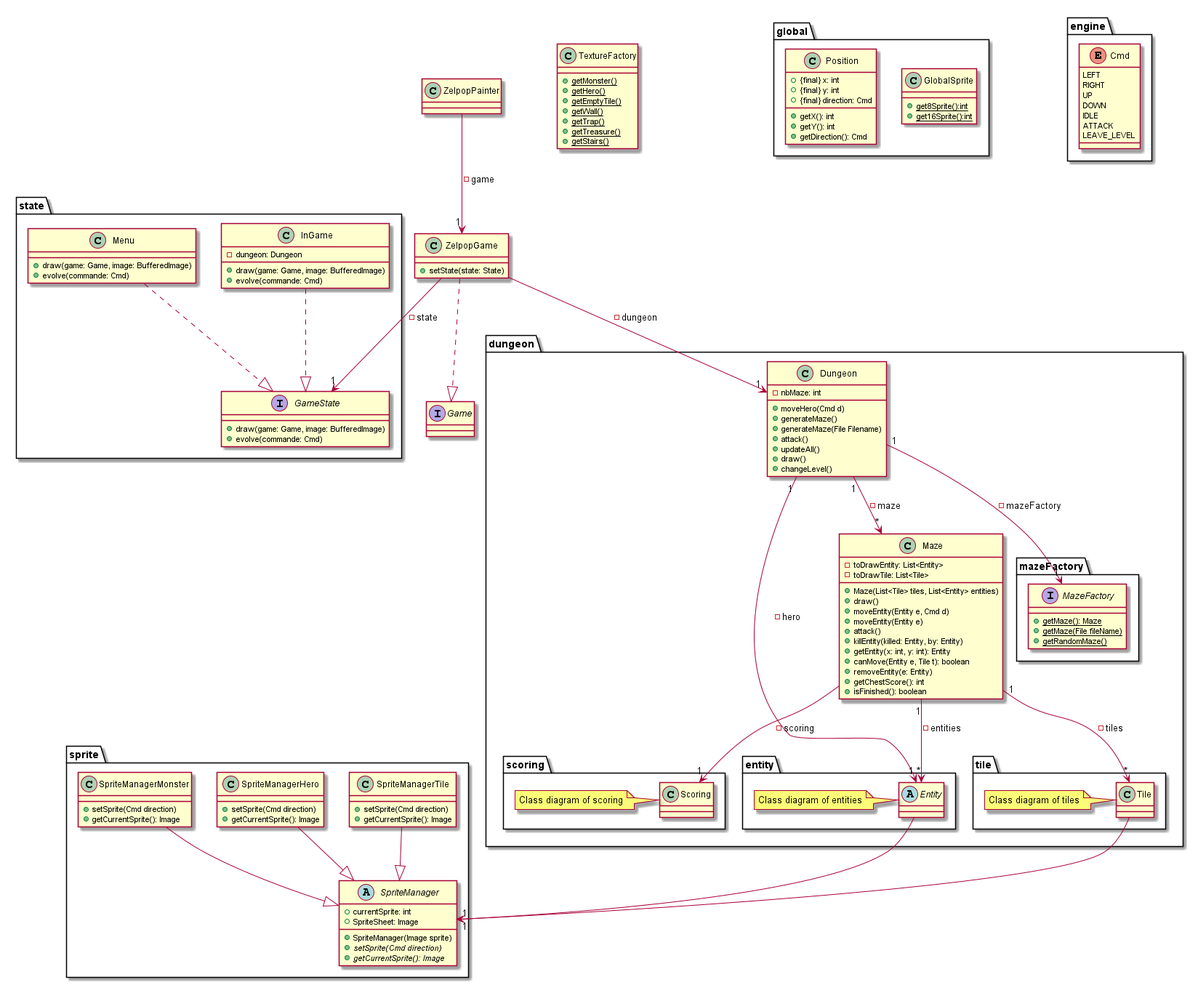
Reynault/ACL_2019_Zelpop keeps this PlantUML diagram as doc/second_sprint/diagrams/class/global.png. Above is the earlier version.
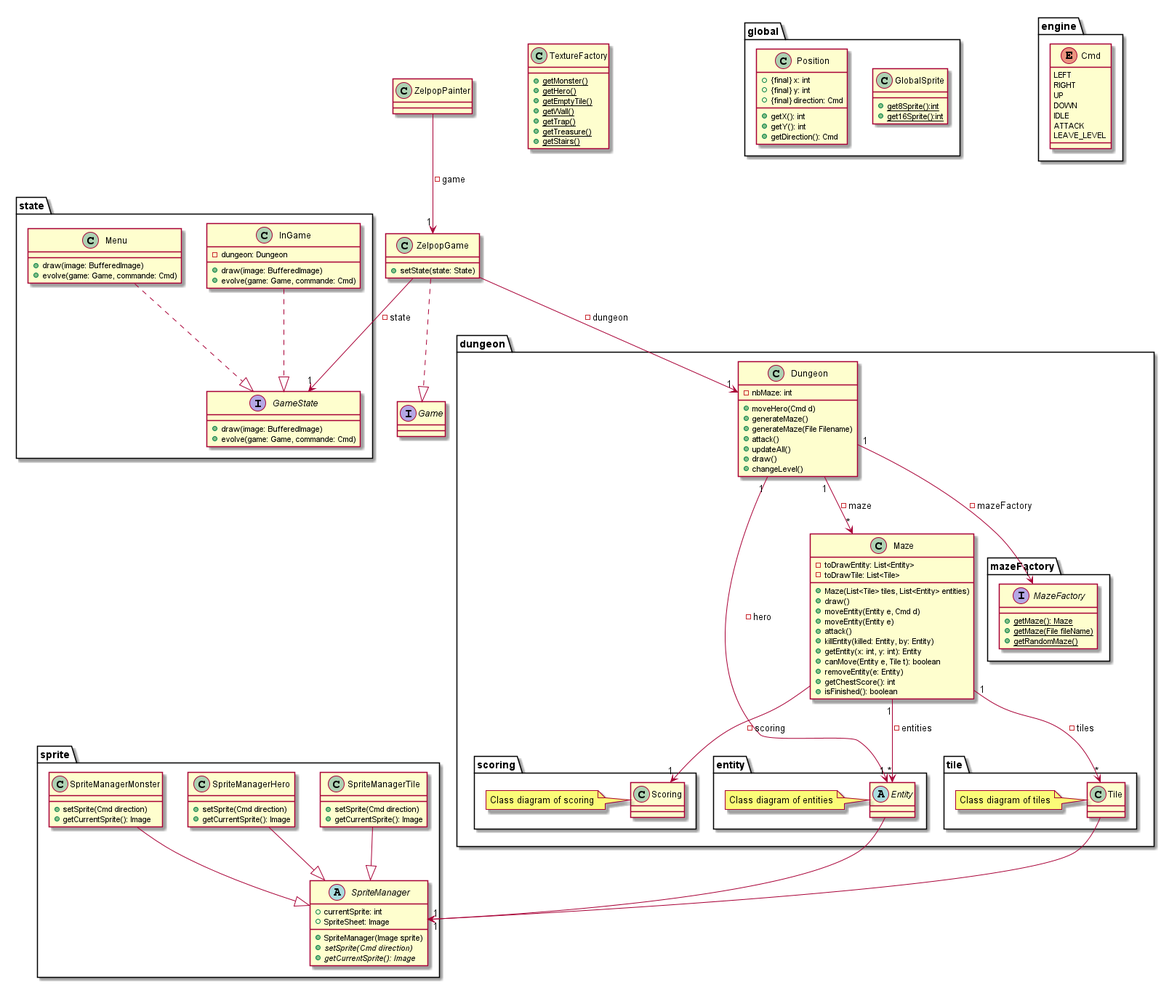
Later version of the same file.

Commit message:
second sprint: update diagrams

Change to the diagram source:
```diff
@@ -6,20 +6,20 @@
 
 package state{
     interface GameState{
-        + draw(game: Game, image: BufferedImage)
-        + evolve(commande: Cmd)
+        + draw(image: BufferedImage)
+        + evolve(game: Game, commande: Cmd)
     }
 
     class InGame{
         - dungeon: Dungeon
 
-        + draw(game: Game, image: BufferedImage)
-        + evolve(commande: Cmd)
+        + draw(image: BufferedImage)
+        + evolve(game: Game, commande: Cmd)
     }
 
     class Menu{
-        + draw(game: Game, image: BufferedImage)
-        + evolve(commande: Cmd)
+        + draw(image: BufferedImage)
+        + evolve(game: Game, commande: Cmd)
     }
 }
 
```
